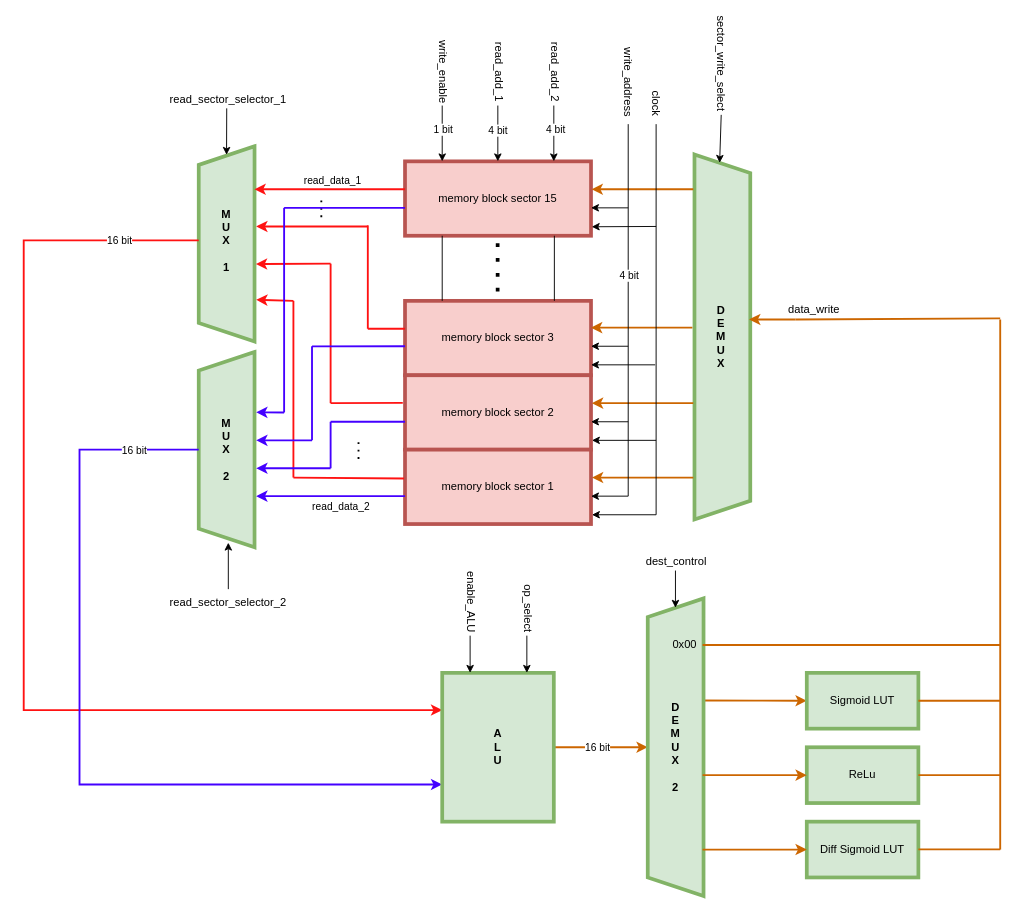
Earlier version of the draw.io diagram appendix/architecture_3.drawio (Arycast/AutoEncoder_dumbo). Source tidied: cells renumbered, new cells numbered last; positions are measured from the earlier drawing's top-left corner, leaving out a move shared by most shapes. Both pictures are drawn from the tidied source at 93%, with x=0, y=0 at pixel (23, 49).
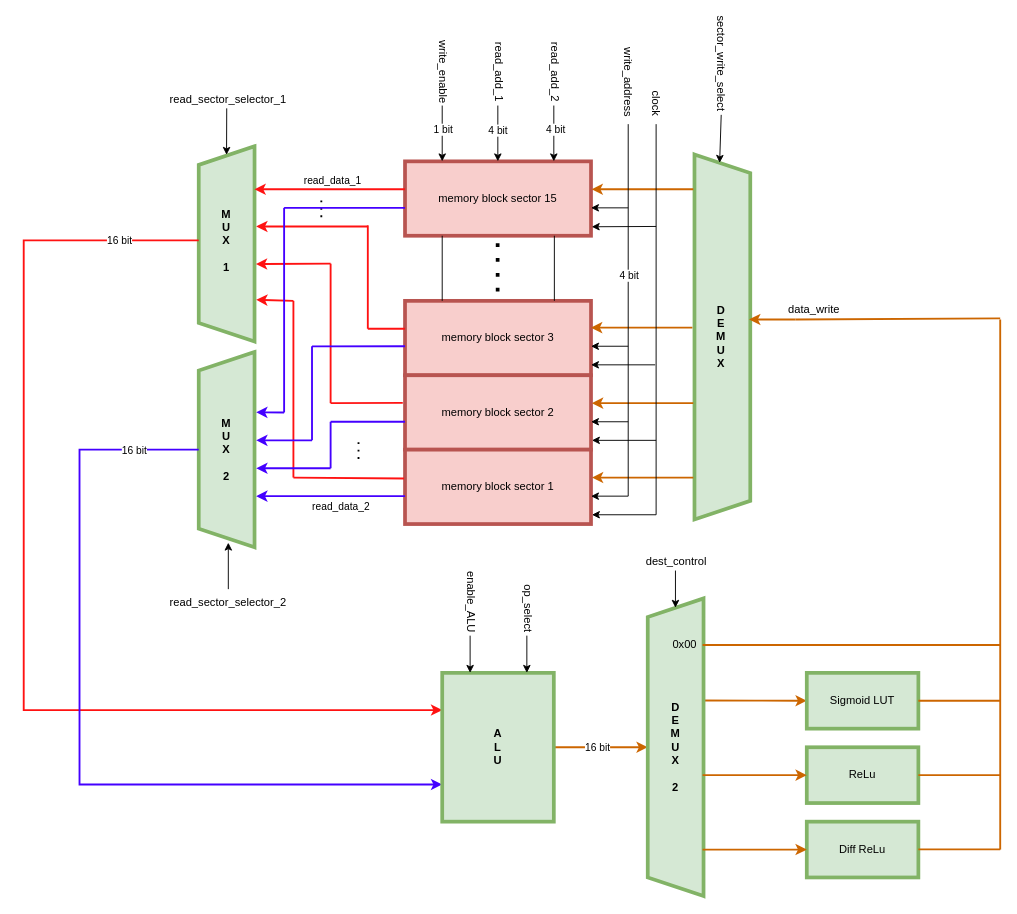
The same diagram, later.

Diff of the diagram source:
```diff
@@
-    <mxCell id="85" value="Diff Sigmoid LUT" style="rounded=0;whiteSpace=wrap;html=1;fillColor=#d5e8d4;strokeColor=#82b366;strokeWidth=4;" parent="1" vertex="1">
+    <mxCell id="85" value="Diff ReLu" style="rounded=0;whiteSpace=wrap;html=1;fillColor=#d5e8d4;strokeColor=#82b366;strokeWidth=4;" parent="1" vertex="1">
       <mxGeometry x="842" y="830" width="120" height="60" as="geometry" />
     </mxCell>
```
